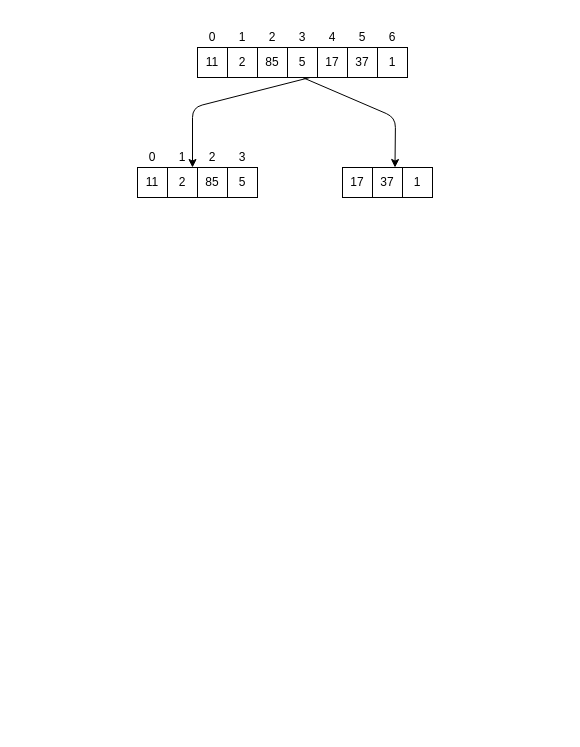
Above: docs/MergeSort.drawio in rajsenthil/tdd-java (draw.io), before the change. Source tidied: cells renumbered, new cells numbered last; positions are measured from the earlier drawing's top-left corner, leaving out a move shared by most shapes. Both pictures are drawn from the tidied source at 100%, with x=0, y=0 at pixel (137, 27).
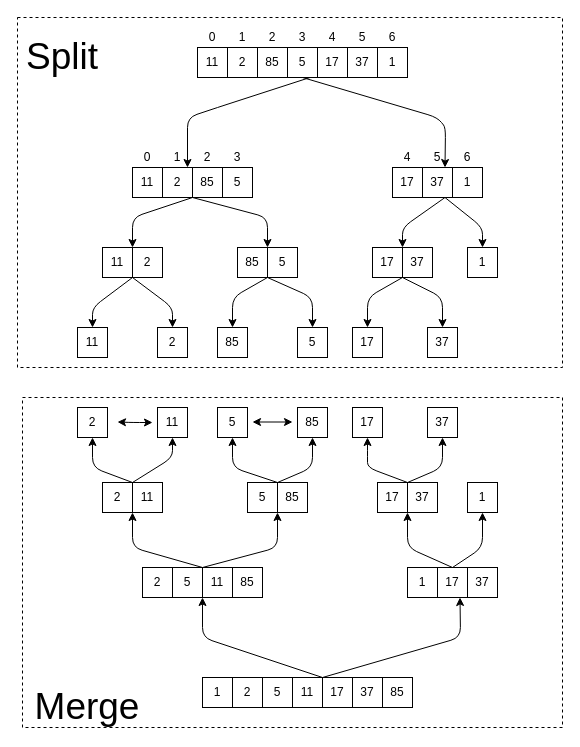
The same diagram, later.

The change refers to these unchanged cells:
```xml
<mxCell id="5" value="5" style="whiteSpace=wrap;html=1;" parent="1" vertex="1">
  <mxGeometry x="150" y="20" width="30" height="30" as="geometry" />
</mxCell>
```

What changed in the source:
```diff
@@
+    <mxCell id="29" style="rounded=0;whiteSpace=wrap;html=1;dashed=1;" parent="1" vertex="1">
+      <mxGeometry x="-115" y="370" width="540" height="330" as="geometry" />
+    </mxCell>
+    <mxCell id="30" style="rounded=0;whiteSpace=wrap;html=1;dashed=1;" parent="1" vertex="1">
+      <mxGeometry x="-120" y="-10" width="545" height="350" as="geometry" />
+    </mxCell>
@@
     <mxCell id="16" value="11" style="whiteSpace=wrap;html=1;" parent="1" vertex="1">
-      <mxGeometry y="140" width="30" height="30" as="geometry" />
+      <mxGeometry x="-5" y="140" width="30" height="30" as="geometry" />
     </mxCell>
     <mxCell id="17" value="2" style="whiteSpace=wrap;html=1;" parent="1" vertex="1">
-      <mxGeometry x="30" y="140" width="30" height="30" as="geometry" />
+      <mxGeometry x="25" y="140" width="30" height="30" as="geometry" />
     </mxCell>
     <mxCell id="18" value="85" style="whiteSpace=wrap;html=1;" parent="1" vertex="1">
-      <mxGeometry x="60" y="140" width="30" height="30" as="geometry" />
+      <mxGeometry x="55" y="140" width="30" height="30" as="geometry" />
     </mxCell>
     <mxCell id="19" value="5" style="whiteSpace=wrap;html=1;" parent="1" vertex="1">
-      <mxGeometry x="90" y="140" width="30" height="30" as="geometry" />
+      <mxGeometry x="85" y="140" width="30" height="30" as="geometry" />
     </mxCell>
     <mxCell id="20" value="0" style="text;html=1;strokeColor=none;fillColor=none;align=center;verticalAlign=middle;whiteSpace=wrap;rounded=0;" parent="1" vertex="1">
-      <mxGeometry x="5" y="120" width="20" height="20" as="geometry" />
+      <mxGeometry y="120" width="20" height="20" as="geometry" />
     </mxCell>
     <mxCell id="21" value="1" style="text;html=1;strokeColor=none;fillColor=none;align=center;verticalAlign=middle;whiteSpace=wrap;rounded=0;" parent="1" vertex="1">
-      <mxGeometry x="35" y="120" width="20" height="20" as="geometry" />
+      <mxGeometry x="30" y="120" width="20" height="20" as="geometry" />
     </mxCell>
     <mxCell id="22" value="2" style="text;html=1;strokeColor=none;fillColor=none;align=center;verticalAlign=middle;whiteSpace=wrap;rounded=0;" parent="1" vertex="1">
-      <mxGeometry x="65" y="120" width="20" height="20" as="geometry" />
+      <mxGeometry x="60" y="120" width="20" height="20" as="geometry" />
     </mxCell>
     <mxCell id="23" value="3" style="text;html=1;strokeColor=none;fillColor=none;align=center;verticalAlign=middle;whiteSpace=wrap;rounded=0;" parent="1" vertex="1">
-      <mxGeometry x="95" y="120" width="20" height="20" as="geometry" />
+      <mxGeometry x="90" y="120" width="20" height="20" as="geometry" />
     </mxCell>
     <mxCell id="24" value="17" style="whiteSpace=wrap;html=1;" parent="1" vertex="1">
-      <mxGeometry x="205" y="140" width="30" height="30" as="geometry" />
+      <mxGeometry x="255" y="140" width="30" height="30" as="geometry" />
     </mxCell>
     <mxCell id="25" value="37" style="whiteSpace=wrap;html=1;" parent="1" vertex="1">
-      <mxGeometry x="235" y="140" width="30" height="30" as="geometry" />
+      <mxGeometry x="285" y="140" width="30" height="30" as="geometry" />
     </mxCell>
     <mxCell id="26" value="1" style="whiteSpace=wrap;html=1;" parent="1" vertex="1">
-      <mxGeometry x="265" y="140" width="30" height="30" as="geometry" />
+      <mxGeometry x="315" y="140" width="30" height="30" as="geometry" />
     </mxCell>
     <mxCell id="27" style="endArrow=classic;html=1;entryX=1;entryY=1;entryDx=0;entryDy=0;exitX=0.75;exitY=1;exitDx=0;exitDy=0;" parent="1" edge="1" source="5" target="21">
       <mxGeometry relative="1" as="geometry">
         <Array as="points">
-          <mxPoint x="55" y="80" />
+          <mxPoint x="80" y="80" />
+          <mxPoint x="50" y="90" />
         </Array>
       </mxGeometry>
     </mxCell>
     <mxCell id="28" style="endArrow=classic;html=1;entryX=0.75;entryY=0;entryDx=0;entryDy=0;exitX=0.5;exitY=1;exitDx=0;exitDy=0;" parent="1" edge="1" source="5" target="25">
       <mxGeometry relative="1" as="geometry">
         <Array as="points">
-          <mxPoint x="258" y="90" />
+          <mxPoint x="300" y="90" />
+          <mxPoint x="308" y="100" />
         </Array>
       </mxGeometry>
     </mxCell>
+    <mxCell id="31" value="11" style="whiteSpace=wrap;html=1;" parent="1" vertex="1">
+      <mxGeometry x="-35" y="220" width="30" height="30" as="geometry" />
+    </mxCell>
+    <mxCell id="32" value="2" style="whiteSpace=wrap;html=1;" parent="1" vertex="1">
+      <mxGeometry x="-5" y="220" width="30" height="30" as="geometry" />
+    </mxCell>
+    <mxCell id="33" value="85" style="whiteSpace=wrap;html=1;" parent="1" vertex="1">
+      <mxGeometry x="100" y="220" width="30" height="30" as="geometry" />
+    </mxCell>
+    <mxCell id="34" value="5" style="whiteSpace=wrap;html=1;" parent="1" vertex="1">
+      <mxGeometry x="130" y="220" width="30" height="30" as="geometry" />
+    </mxCell>
+    <mxCell id="35" value="17" style="whiteSpace=wrap;html=1;" parent="1" vertex="1">
+      <mxGeometry x="235" y="220" width="30" height="30" as="geometry" />
+    </mxCell>
+    <mxCell id="36" value="37" style="whiteSpace=wrap;html=1;" parent="1" vertex="1">
+      <mxGeometry x="265" y="220" width="30" height="30" as="geometry" />
+    </mxCell>
+    <mxCell id="37" value="1" style="whiteSpace=wrap;html=1;" parent="1" vertex="1">
+      <mxGeometry x="330" y="220" width="30" height="30" as="geometry" />
+    </mxCell>
+    <mxCell id="38" value="11" style="whiteSpace=wrap;html=1;" parent="1" vertex="1">
+      <mxGeometry x="-60" y="300" width="30" height="30" as="geometry" />
+    </mxCell>
+    <mxCell id="39" value="2" style="whiteSpace=wrap;html=1;" parent="1" vertex="1">
+      <mxGeometry x="20" y="300" width="30" height="30" as="geometry" />
+    </mxCell>
+    <mxCell id="40" value="4" style="text;html=1;strokeColor=none;fillColor=none;align=center;verticalAlign=middle;whiteSpace=wrap;rounded=0;" parent="1" vertex="1">
+      <mxGeometry x="260" y="120" width="20" height="20" as="geometry" />
+    </mxCell>
+    <mxCell id="41" value="5" style="text;html=1;strokeColor=none;fillColor=none;align=center;verticalAlign=middle;whiteSpace=wrap;rounded=0;" parent="1" vertex="1">
+      <mxGeometry x="290" y="120" width="20" height="20" as="geometry" />
+    </mxCell>
+    <mxCell id="42" value="6" style="text;html=1;strokeColor=none;fillColor=none;align=center;verticalAlign=middle;whiteSpace=wrap;rounded=0;" parent="1" vertex="1">
+      <mxGeometry x="320" y="120" width="20" height="20" as="geometry" />
+    </mxCell>
+    <mxCell id="43" style="endArrow=classic;html=1;entryX=0;entryY=0;entryDx=0;entryDy=0;exitX=1;exitY=1;exitDx=0;exitDy=0;" parent="1" edge="1" source="17" target="32">
+      <mxGeometry relative="1" as="geometry">
+        <Array as="points">
+          <mxPoint x="-5" y="190" />
+        </Array>
+      </mxGeometry>
+    </mxCell>
+    <mxCell id="44" style="endArrow=classic;html=1;entryX=0;entryY=0;entryDx=0;entryDy=0;exitX=0;exitY=1;exitDx=0;exitDy=0;" parent="1" edge="1" source="18" target="34">
+      <mxGeometry relative="1" as="geometry">
+        <Array as="points">
+          <mxPoint x="130" y="190" />
+        </Array>
+      </mxGeometry>
+    </mxCell>
+    <mxCell id="45" style="endArrow=classic;html=1;entryX=1;entryY=0;entryDx=0;entryDy=0;exitX=0.75;exitY=1;exitDx=0;exitDy=0;" parent="1" edge="1" source="25" target="35">
+      <mxGeometry relative="1" as="geometry">
+        <Array as="points">
+          <mxPoint x="265" y="200" />
+        </Array>
+      </mxGeometry>
+    </mxCell>
+    <mxCell id="46" style="endArrow=classic;html=1;entryX=0.5;entryY=0;entryDx=0;entryDy=0;exitX=0.75;exitY=1;exitDx=0;exitDy=0;" parent="1" edge="1" source="25" target="37">
+      <mxGeometry relative="1" as="geometry">
+        <Array as="points">
+          <mxPoint x="345" y="200" />
+        </Array>
+      </mxGeometry>
+    </mxCell>
+    <mxCell id="47" value="85" style="whiteSpace=wrap;html=1;" parent="1" vertex="1">
+      <mxGeometry x="80" y="300" width="30" height="30" as="geometry" />
+    </mxCell>
+    <mxCell id="48" value="5" style="whiteSpace=wrap;html=1;" parent="1" vertex="1">
+      <mxGeometry x="160" y="300" width="30" height="30" as="geometry" />
+    </mxCell>
+    <mxCell id="49" value="17" style="whiteSpace=wrap;html=1;" parent="1" vertex="1">
+      <mxGeometry x="215" y="300" width="30" height="30" as="geometry" />
+    </mxCell>
+    <mxCell id="50" value="37" style="whiteSpace=wrap;html=1;" parent="1" vertex="1">
+      <mxGeometry x="290" y="300" width="30" height="30" as="geometry" />
+    </mxCell>
+    <mxCell id="51" style="endArrow=classic;html=1;entryX=0.5;entryY=0;entryDx=0;entryDy=0;exitX=1;exitY=1;exitDx=0;exitDy=0;" parent="1" edge="1" source="31" target="38">
+      <mxGeometry relative="1" as="geometry">
+        <Array as="points">
+          <mxPoint x="-45" y="280" />
+        </Array>
+      </mxGeometry>
+    </mxCell>
+    <mxCell id="52" style="endArrow=classic;html=1;entryX=0.5;entryY=0;entryDx=0;entryDy=0;exitX=0;exitY=1;exitDx=0;exitDy=0;" parent="1" edge="1" source="32" target="39">
+      <mxGeometry relative="1" as="geometry">
+        <Array as="points">
+          <mxPoint x="35" y="280" />
+        </Array>
+      </mxGeometry>
+    </mxCell>
+    <mxCell id="53" style="endArrow=classic;html=1;entryX=0.5;entryY=0;entryDx=0;entryDy=0;exitX=0;exitY=1;exitDx=0;exitDy=0;" parent="1" edge="1" source="34" target="47">
+      <mxGeometry relative="1" as="geometry">
+        <Array as="points">
+          <mxPoint x="95" y="270" />
+        </Array>
+      </mxGeometry>
+    </mxCell>
+    <mxCell id="54" style="endArrow=classic;html=1;entryX=0.5;entryY=0;entryDx=0;entryDy=0;exitX=0;exitY=1;exitDx=0;exitDy=0;" parent="1" edge="1" source="34" target="48">
+      <mxGeometry relative="1" as="geometry">
+        <Array as="points">
+          <mxPoint x="175" y="270" />
+        </Array>
+      </mxGeometry>
+    </mxCell>
+    <mxCell id="55" style="endArrow=classic;html=1;exitX=1;exitY=1;exitDx=0;exitDy=0;" parent="1" edge="1" source="35">
+      <mxGeometry relative="1" as="geometry">
+        <mxPoint x="230" y="300" as="targetPoint" />
+        <Array as="points">
+          <mxPoint x="230" y="270" />
+        </Array>
+      </mxGeometry>
+    </mxCell>
+    <mxCell id="56" style="endArrow=classic;html=1;entryX=0.5;entryY=0;entryDx=0;entryDy=0;exitX=0;exitY=1;exitDx=0;exitDy=0;" parent="1" edge="1" source="36" target="50">
+      <mxGeometry relative="1" as="geometry">
+        <Array as="points">
+          <mxPoint x="305" y="270" />
+        </Array>
+      </mxGeometry>
+    </mxCell>
+    <mxCell id="57" value="11" style="whiteSpace=wrap;html=1;" parent="1" vertex="1">
+      <mxGeometry x="20" y="380" width="30" height="30" as="geometry" />
+    </mxCell>
+    <mxCell id="58" value="2" style="whiteSpace=wrap;html=1;" parent="1" vertex="1">
+      <mxGeometry x="-60" y="380" width="30" height="30" as="geometry" />
+    </mxCell>
+    <mxCell id="59" value="85" style="whiteSpace=wrap;html=1;" parent="1" vertex="1">
+      <mxGeometry x="160" y="380" width="30" height="30" as="geometry" />
+    </mxCell>
+    <mxCell id="60" value="5" style="whiteSpace=wrap;html=1;" parent="1" vertex="1">
+      <mxGeometry x="80" y="380" width="30" height="30" as="geometry" />
+    </mxCell>
+    <mxCell id="61" value="17" style="whiteSpace=wrap;html=1;" parent="1" vertex="1">
+      <mxGeometry x="215" y="380" width="30" height="30" as="geometry" />
+    </mxCell>
+    <mxCell id="62" value="37" style="whiteSpace=wrap;html=1;" parent="1" vertex="1">
+      <mxGeometry x="290" y="380" width="30" height="30" as="geometry" />
+    </mxCell>
+    <mxCell id="63" value="11" style="whiteSpace=wrap;html=1;" parent="1" vertex="1">
+      <mxGeometry x="-5" y="455" width="30" height="30" as="geometry" />
+    </mxCell>
+    <mxCell id="64" value="2" style="whiteSpace=wrap;html=1;" parent="1" vertex="1">
+      <mxGeometry x="-35" y="455" width="30" height="30" as="geometry" />
+    </mxCell>
+    <mxCell id="65" style="endArrow=classic;html=1;entryX=0.5;entryY=1;entryDx=0;entryDy=0;exitX=1;exitY=0;exitDx=0;exitDy=0;" parent="1" edge="1" source="64" target="58">
+      <mxGeometry relative="1" as="geometry">
+        <Array as="points">
+          <mxPoint x="-45" y="440" />
+        </Array>
+      </mxGeometry>
+    </mxCell>
+    <mxCell id="66" style="endArrow=classic;html=1;entryX=0.5;entryY=1;entryDx=0;entryDy=0;exitX=1;exitY=0;exitDx=0;exitDy=0;" parent="1" edge="1" source="64" target="57">
+      <mxGeometry relative="1" as="geometry">
+        <Array as="points">
+          <mxPoint x="35" y="430" />
+        </Array>
+      </mxGeometry>
+    </mxCell>
+    <mxCell id="67" style="endArrow=classic;startArrow=classic;html=1;" parent="1" edge="1">
+      <mxGeometry relative="1" as="geometry">
+        <mxPoint x="-20" y="394.5" as="sourcePoint" />
+        <mxPoint x="15" y="395" as="targetPoint" />
+        <Array as="points">
+          <mxPoint x="-5" y="395" />
+        </Array>
+      </mxGeometry>
+    </mxCell>
+    <mxCell id="68" style="endArrow=classic;startArrow=classic;html=1;" parent="1" edge="1">
+      <mxGeometry relative="1" as="geometry">
+        <mxPoint x="115" y="394.5" as="sourcePoint" />
+        <mxPoint x="155" y="394.5" as="targetPoint" />
+      </mxGeometry>
+    </mxCell>
+    <mxCell id="69" value="85" style="whiteSpace=wrap;html=1;" parent="1" vertex="1">
+      <mxGeometry x="140" y="455" width="30" height="30" as="geometry" />
+    </mxCell>
+    <mxCell id="70" value="5" style="whiteSpace=wrap;html=1;" parent="1" vertex="1">
+      <mxGeometry x="110" y="455" width="30" height="30" as="geometry" />
+    </mxCell>
+    <mxCell id="71" style="endArrow=classic;html=1;entryX=0.5;entryY=1;entryDx=0;entryDy=0;exitX=1;exitY=0;exitDx=0;exitDy=0;" parent="1" edge="1" source="70" target="60">
+      <mxGeometry relative="1" as="geometry">
+        <Array as="points">
+          <mxPoint x="95" y="440" />
+        </Array>
+      </mxGeometry>
+    </mxCell>
+    <mxCell id="72" style="endArrow=classic;html=1;entryX=0.5;entryY=1;entryDx=0;entryDy=0;exitX=0;exitY=0;exitDx=0;exitDy=0;" parent="1" edge="1" source="69" target="59">
+      <mxGeometry relative="1" as="geometry">
+        <Array as="points">
+          <mxPoint x="175" y="440" />
+        </Array>
+      </mxGeometry>
+    </mxCell>
+    <mxCell id="73" value="17" style="whiteSpace=wrap;html=1;" parent="1" vertex="1">
+      <mxGeometry x="240" y="455" width="30" height="30" as="geometry" />
+    </mxCell>
+    <mxCell id="74" value="37" style="whiteSpace=wrap;html=1;" parent="1" vertex="1">
+      <mxGeometry x="270" y="455" width="30" height="30" as="geometry" />
+    </mxCell>
+    <mxCell id="75" style="endArrow=classic;html=1;entryX=0.5;entryY=1;entryDx=0;entryDy=0;exitX=0;exitY=0;exitDx=0;exitDy=0;" parent="1" edge="1" source="74" target="61">
+      <mxGeometry relative="1" as="geometry">
+        <Array as="points">
+          <mxPoint x="230" y="440" />
+          <mxPoint x="230" y="430" />
+        </Array>
+      </mxGeometry>
+    </mxCell>
+    <mxCell id="76" style="endArrow=classic;html=1;entryX=0.5;entryY=1;entryDx=0;entryDy=0;exitX=0;exitY=0;exitDx=0;exitDy=0;" parent="1" edge="1" source="74" target="62">
+      <mxGeometry relative="1" as="geometry">
+        <Array as="points">
+          <mxPoint x="305" y="440" />
+        </Array>
+      </mxGeometry>
+    </mxCell>
+    <mxCell id="77" value="1" style="whiteSpace=wrap;html=1;" parent="1" vertex="1">
+      <mxGeometry x="330" y="455" width="30" height="30" as="geometry" />
+    </mxCell>
+    <mxCell id="78" value="11" style="whiteSpace=wrap;html=1;" parent="1" vertex="1">
+      <mxGeometry x="65" y="540" width="30" height="30" as="geometry" />
+    </mxCell>
+    <mxCell id="79" value="2" style="whiteSpace=wrap;html=1;" parent="1" vertex="1">
+      <mxGeometry x="5" y="540" width="30" height="30" as="geometry" />
+    </mxCell>
+    <mxCell id="80" value="85" style="whiteSpace=wrap;html=1;" parent="1" vertex="1">
+      <mxGeometry x="95" y="540" width="30" height="30" as="geometry" />
+    </mxCell>
+    <mxCell id="81" value="5" style="whiteSpace=wrap;html=1;" parent="1" vertex="1">
+      <mxGeometry x="35" y="540" width="30" height="30" as="geometry" />
+    </mxCell>
+    <mxCell id="82" style="endArrow=classic;html=1;entryX=1;entryY=1;entryDx=0;entryDy=0;exitX=1;exitY=0;exitDx=0;exitDy=0;" parent="1" edge="1" source="81" target="64">
+      <mxGeometry relative="1" as="geometry">
+        <Array as="points">
+          <mxPoint x="-5" y="520" />
+        </Array>
+      </mxGeometry>
+    </mxCell>
+    <mxCell id="83" style="endArrow=classic;html=1;entryX=1;entryY=1;entryDx=0;entryDy=0;" parent="1" edge="1" target="70">
+      <mxGeometry relative="1" as="geometry">
+        <mxPoint x="65" y="540" as="sourcePoint" />
+        <Array as="points">
+          <mxPoint x="140" y="520" />
+        </Array>
+      </mxGeometry>
+    </mxCell>
+    <mxCell id="84" value="17" style="whiteSpace=wrap;html=1;" parent="1" vertex="1">
+      <mxGeometry x="300" y="540" width="30" height="30" as="geometry" />
+    </mxCell>
+    <mxCell id="85" value="37" style="whiteSpace=wrap;html=1;" parent="1" vertex="1">
+      <mxGeometry x="330" y="540" width="30" height="30" as="geometry" />
+    </mxCell>
+    <mxCell id="86" value="1" style="whiteSpace=wrap;html=1;" parent="1" vertex="1">
+      <mxGeometry x="270" y="540" width="30" height="30" as="geometry" />
+    </mxCell>
+    <mxCell id="87" style="endArrow=classic;html=1;entryX=1;entryY=1;entryDx=0;entryDy=0;exitX=0.5;exitY=0;exitDx=0;exitDy=0;" parent="1" edge="1" source="84" target="73">
+      <mxGeometry relative="1" as="geometry">
+        <Array as="points">
+          <mxPoint x="270" y="520" />
+        </Array>
+      </mxGeometry>
+    </mxCell>
+    <mxCell id="88" style="endArrow=classic;html=1;entryX=0.5;entryY=1;entryDx=0;entryDy=0;exitX=0.5;exitY=0;exitDx=0;exitDy=0;" parent="1" edge="1" source="84" target="77">
+      <mxGeometry relative="1" as="geometry">
+        <Array as="points">
+          <mxPoint x="345" y="520" />
+        </Array>
+      </mxGeometry>
+    </mxCell>
+    <mxCell id="89" value="11" style="whiteSpace=wrap;html=1;" parent="1" vertex="1">
+      <mxGeometry x="155" y="650" width="30" height="30" as="geometry" />
+    </mxCell>
+    <mxCell id="90" value="2" style="whiteSpace=wrap;html=1;" parent="1" vertex="1">
+      <mxGeometry x="95" y="650" width="30" height="30" as="geometry" />
+    </mxCell>
+    <mxCell id="91" value="85" style="whiteSpace=wrap;html=1;" parent="1" vertex="1">
+      <mxGeometry x="245" y="650" width="30" height="30" as="geometry" />
+    </mxCell>
+    <mxCell id="92" value="5" style="whiteSpace=wrap;html=1;" parent="1" vertex="1">
+      <mxGeometry x="125" y="650" width="30" height="30" as="geometry" />
+    </mxCell>
+    <mxCell id="93" value="17" style="whiteSpace=wrap;html=1;" parent="1" vertex="1">
+      <mxGeometry x="185" y="650" width="30" height="30" as="geometry" />
+    </mxCell>
+    <mxCell id="94" value="37" style="whiteSpace=wrap;html=1;" parent="1" vertex="1">
+      <mxGeometry x="215" y="650" width="30" height="30" as="geometry" />
+    </mxCell>
+    <mxCell id="95" value="1" style="whiteSpace=wrap;html=1;" parent="1" vertex="1">
+      <mxGeometry x="65" y="650" width="30" height="30" as="geometry" />
+    </mxCell>
+    <mxCell id="96" style="endArrow=classic;html=1;entryX=1;entryY=1;entryDx=0;entryDy=0;exitX=1;exitY=0;exitDx=0;exitDy=0;" parent="1" edge="1" source="89" target="81">
+      <mxGeometry relative="1" as="geometry">
+        <Array as="points">
+          <mxPoint x="65" y="610" />
+        </Array>
+      </mxGeometry>
+    </mxCell>
+    <mxCell id="97" style="endArrow=classic;html=1;entryX=0.75;entryY=1;entryDx=0;entryDy=0;exitX=0;exitY=0;exitDx=0;exitDy=0;" parent="1" edge="1" source="93" target="84">
+      <mxGeometry relative="1" as="geometry">
+        <Array as="points">
+          <mxPoint x="323" y="610" />
+        </Array>
+      </mxGeometry>
+    </mxCell>
+    <mxCell id="98" value="&lt;font style=&quot;font-size: 37px&quot;&gt;Split&lt;/font&gt;" style="text;html=1;strokeColor=none;fillColor=none;align=center;verticalAlign=middle;whiteSpace=wrap;rounded=0;dashed=1;" parent="1" vertex="1">
+      <mxGeometry x="-95" y="20" width="40" height="20" as="geometry" />
+    </mxCell>
+    <mxCell id="99" value="&lt;font style=&quot;font-size: 37px&quot;&gt;Merge&lt;/font&gt;" style="text;html=1;strokeColor=none;fillColor=none;align=center;verticalAlign=middle;whiteSpace=wrap;rounded=0;dashed=1;" parent="1" vertex="1">
+      <mxGeometry x="-70" y="670" width="40" height="20" as="geometry" />
+    </mxCell>
```
